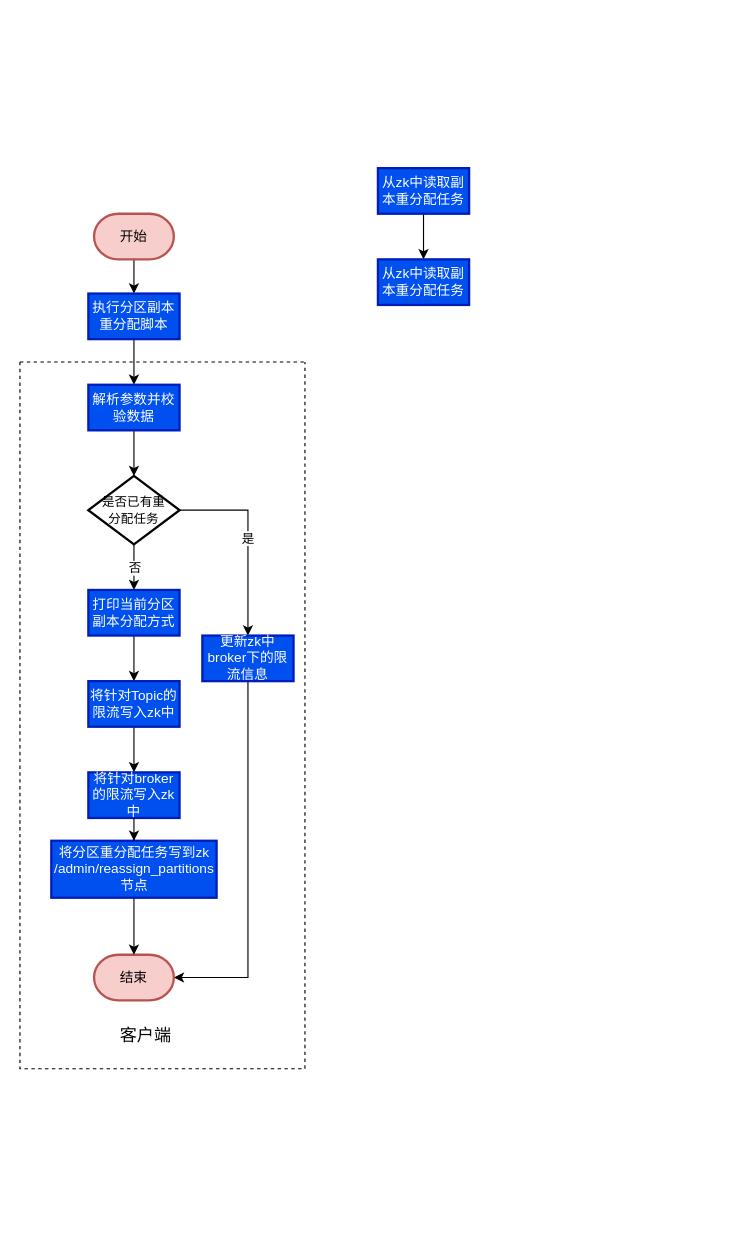
This is Kafka副本重分配流程图.drawio from kingdomrushing/hello-world, a draw.io file, before an edit. Source tidied: cells renumbered, new cells numbered last; positions are measured from the earlier drawing's top-left corner, leaving out a move shared by most shapes. Both pictures are drawn from the tidied source at 114%, with x=0, y=0 at pixel (19, 168).
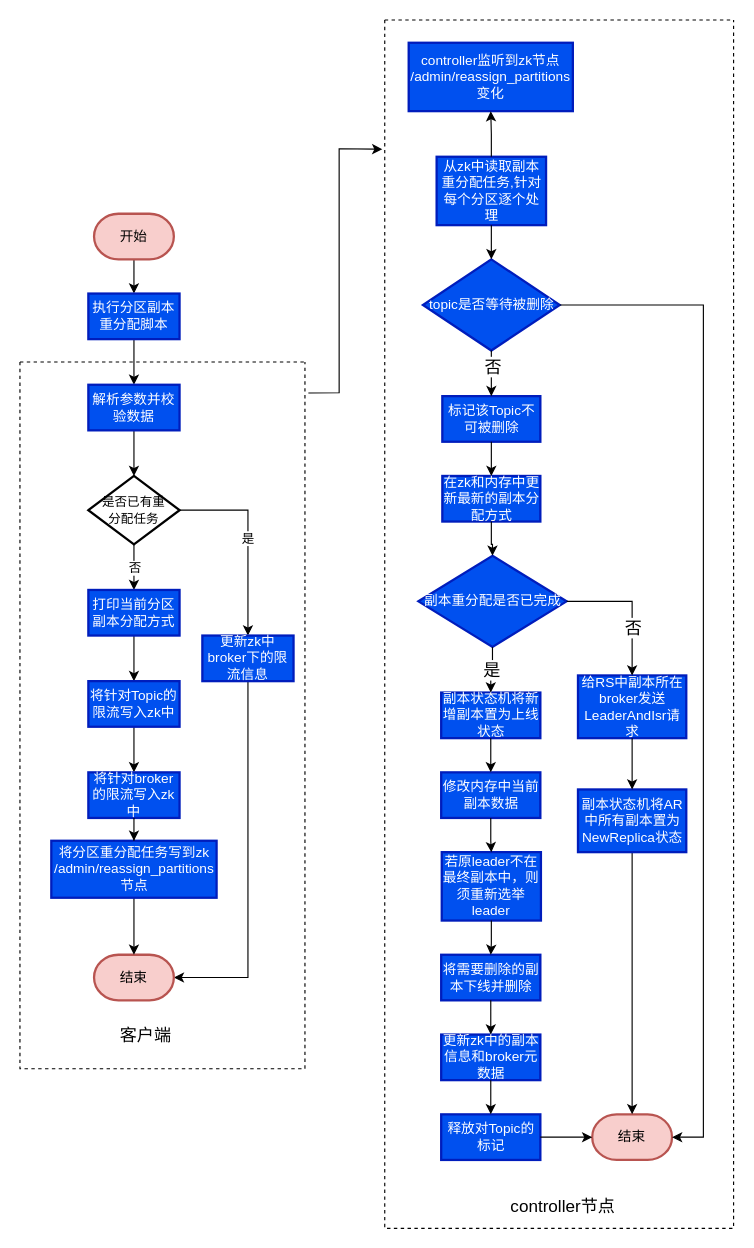
After the change.

Commit message:
更新Kafka副本重分配流程图.drawio

Unchanged cells that the change refers to:
```xml
<mxCell id="18" style="swimlane;startSize=0;fontSize=11;fillColor=#007FFF;dashed=1;" parent="1" vertex="1">
  <mxGeometry y="170" width="250" height="620" as="geometry" />
</mxCell>
```

Change to the diagram source:
```diff
@@
-    <mxCell id="26" style="edgeStyle=orthogonalEdgeStyle;rounded=0;jettySize=auto;html=1;fontSize=15;" parent="1" edge="1" source="27" target="28">
-      <mxGeometry relative="1" as="geometry" />
-    </mxCell>
+    <mxCell id="29" style="group;" parent="1" vertex="1">
+      <mxGeometry x="320" y="-130" width="306" height="1060" as="geometry" />
+    </mxCell>
+    <mxCell id="30" style="group;" parent="29" vertex="1">
+      <mxGeometry x="21" y="20" width="258.5" height="980" as="geometry" />
+    </mxCell>
-    <mxCell id="27" value="从zk中读取副本重分配任务" style="whiteSpace=wrap;html=1;fillColor=#0050ef;strokeColor=#001DBC;strokeWidth=2;fontColor=#ffffff;" parent="1" vertex="1">
-      <mxGeometry x="314" width="80" height="40" as="geometry" />
+    <mxCell id="27" value="从zk中读取副本重分配任务,针对每个分区逐个处理" style="whiteSpace=wrap;html=1;fillColor=#0050ef;strokeColor=#001DBC;strokeWidth=2;fontColor=#ffffff;" parent="30" vertex="1">
+      <mxGeometry x="24.5" y="100" width="96" height="60" as="geometry" />
     </mxCell>
-    <mxCell id="28" value="从zk中读取副本重分配任务" style="whiteSpace=wrap;html=1;fillColor=#0050ef;strokeColor=#001DBC;strokeWidth=2;fontColor=#ffffff;" parent="1" vertex="1">
-      <mxGeometry x="314" y="80" width="80" height="40" as="geometry" />
-    </mxCell>
+    <mxCell id="31" value="topic是否等待被删除" style="rhombus;whiteSpace=wrap;html=1;fillColor=#0050ef;strokeColor=#001DBC;fontColor=#ffffff;strokeWidth=2;" parent="30" vertex="1">
+      <mxGeometry x="12.5" y="190" width="120" height="80" as="geometry" />
+    </mxCell>
+    <mxCell id="32" style="edgeStyle=orthogonalEdgeStyle;rounded=0;jettySize=auto;html=1;fontSize=15;" parent="30" edge="1" source="27" target="31">
+      <mxGeometry relative="1" as="geometry" />
+    </mxCell>
+    <mxCell id="33" value="标记该Topic不可被删除" style="whiteSpace=wrap;html=1;fillColor=#0050ef;strokeColor=#001DBC;fontColor=#ffffff;strokeWidth=2;" parent="30" vertex="1">
+      <mxGeometry x="29.5" y="310" width="86" height="40" as="geometry" />
+    </mxCell>
+    <mxCell id="34" style="edgeStyle=orthogonalEdgeStyle;rounded=0;jettySize=auto;html=1;fontSize=15;" parent="30" edge="1" source="31" target="33">
+      <mxGeometry relative="1" as="geometry" />
+    </mxCell>
+    <mxCell id="35" value="否" style="edgeLabel;html=1;align=center;verticalAlign=middle;fontSize=15;" parent="34" vertex="1">
+      <mxGeometry x="-0.33" y="1" relative="1" as="geometry" />
+    </mxCell>
+    <mxCell id="36" value="在zk和内存中更新最新的副本分配方式" style="whiteSpace=wrap;html=1;fillColor=#0050ef;strokeColor=#001DBC;fontColor=#ffffff;strokeWidth=2;" parent="30" vertex="1">
+      <mxGeometry x="29.5" y="380" width="86" height="40" as="geometry" />
+    </mxCell>
+    <mxCell id="37" style="edgeStyle=orthogonalEdgeStyle;rounded=0;jettySize=auto;html=1;fontSize=15;" parent="30" edge="1" source="33" target="36">
+      <mxGeometry relative="1" as="geometry" />
+    </mxCell>
+    <mxCell id="38" value="副本重分配是否已完成" style="rhombus;whiteSpace=wrap;html=1;fillColor=#0050ef;strokeColor=#001DBC;fontColor=#ffffff;strokeWidth=2;" parent="30" vertex="1">
+      <mxGeometry x="8.5" y="450" width="130" height="80" as="geometry" />
+    </mxCell>
+    <mxCell id="39" style="edgeStyle=orthogonalEdgeStyle;rounded=0;jettySize=auto;html=1;fontSize=15;" parent="30" edge="1" source="36" target="38">
+      <mxGeometry relative="1" as="geometry" />
+    </mxCell>
+    <mxCell id="40" value="副本状态机将新增副本置为上线状态" style="whiteSpace=wrap;html=1;fillColor=#0050ef;strokeColor=#001DBC;fontColor=#ffffff;strokeWidth=2;" parent="30" vertex="1">
+      <mxGeometry x="28.5" y="570" width="87" height="40" as="geometry" />
+    </mxCell>
+    <mxCell id="41" value="是" style="edgeStyle=orthogonalEdgeStyle;rounded=0;jettySize=auto;html=1;fontSize=15;" parent="30" edge="1" source="38" target="40">
+      <mxGeometry relative="1" as="geometry" />
+    </mxCell>
+    <mxCell id="42" value="修改内存中当前副本数据" style="whiteSpace=wrap;html=1;fillColor=#0050ef;strokeColor=#001DBC;fontColor=#ffffff;strokeWidth=2;" parent="30" vertex="1">
+      <mxGeometry x="28.5" y="640" width="87" height="40" as="geometry" />
+    </mxCell>
+    <mxCell id="43" style="edgeStyle=orthogonalEdgeStyle;rounded=0;jettySize=auto;html=1;fontSize=15;" parent="30" edge="1" source="40" target="42">
+      <mxGeometry relative="1" as="geometry" />
+    </mxCell>
+    <mxCell id="44" value="若原leader不在最终副本中，则须重新选举leader" style="whiteSpace=wrap;html=1;fillColor=#0050ef;strokeColor=#001DBC;fontColor=#ffffff;strokeWidth=2;" parent="30" vertex="1">
+      <mxGeometry x="29" y="710" width="87" height="60" as="geometry" />
+    </mxCell>
+    <mxCell id="45" style="edgeStyle=orthogonalEdgeStyle;rounded=0;jettySize=auto;html=1;fontSize=15;" parent="30" edge="1" source="42" target="44">
+      <mxGeometry relative="1" as="geometry" />
+    </mxCell>
+    <mxCell id="46" value="将需要删除的副本下线并删除" style="whiteSpace=wrap;html=1;fillColor=#0050ef;strokeColor=#001DBC;fontColor=#ffffff;strokeWidth=2;" parent="30" vertex="1">
+      <mxGeometry x="28.5" y="800" width="87" height="40" as="geometry" />
+    </mxCell>
+    <mxCell id="47" style="edgeStyle=orthogonalEdgeStyle;rounded=0;jettySize=auto;html=1;fontSize=15;" parent="30" edge="1" source="44" target="46">
+      <mxGeometry relative="1" as="geometry" />
+    </mxCell>
+    <mxCell id="48" value="更新zk中的副本信息和broker元数据" style="whiteSpace=wrap;html=1;fillColor=#0050ef;strokeColor=#001DBC;fontColor=#ffffff;strokeWidth=2;" parent="30" vertex="1">
+      <mxGeometry x="28.5" y="870" width="87" height="40" as="geometry" />
+    </mxCell>
+    <mxCell id="49" style="edgeStyle=orthogonalEdgeStyle;rounded=0;jettySize=auto;html=1;fontSize=15;" parent="30" edge="1" source="46" target="48">
+      <mxGeometry relative="1" as="geometry" />
+    </mxCell>
+    <mxCell id="50" value="释放对Topic的标记" style="whiteSpace=wrap;html=1;fillColor=#0050ef;strokeColor=#001DBC;fontColor=#ffffff;strokeWidth=2;" parent="30" vertex="1">
+      <mxGeometry x="28.5" y="940" width="87" height="40" as="geometry" />
+    </mxCell>
+    <mxCell id="51" style="edgeStyle=orthogonalEdgeStyle;rounded=0;jettySize=auto;html=1;fontSize=15;" parent="30" edge="1" source="48" target="50">
+      <mxGeometry relative="1" as="geometry" />
+    </mxCell>
+    <mxCell id="52" value="结束" style="strokeWidth=2;html=1;shape=mxgraph.flowchart.terminator;whiteSpace=wrap;fillColor=#f8cecc;strokeColor=#b85450;" parent="30" vertex="1">
+      <mxGeometry x="161" y="940" width="70" height="40" as="geometry" />
+    </mxCell>
+    <mxCell id="53" style="edgeStyle=orthogonalEdgeStyle;rounded=0;jettySize=auto;html=1;fontSize=15;entryX=1;entryY=0.5;entryDx=0;entryDy=0;entryPerimeter=0;" parent="30" edge="1" source="31" target="52">
+      <mxGeometry relative="1" as="geometry">
+        <Array as="points">
+          <mxPoint x="258.5" y="230" />
+          <mxPoint x="258.5" y="960" />
+        </Array>
+      </mxGeometry>
+    </mxCell>
+    <mxCell id="54" style="edgeStyle=orthogonalEdgeStyle;rounded=0;jettySize=auto;html=1;fontSize=15;" parent="30" edge="1" source="50" target="52">
+      <mxGeometry relative="1" as="geometry" />
+    </mxCell>
+    <mxCell id="55" value="给RS中副本所在broker发送LeaderAndIsr请求" style="whiteSpace=wrap;html=1;fillColor=#0050ef;strokeColor=#001DBC;fontColor=#ffffff;strokeWidth=2;" parent="30" vertex="1">
+      <mxGeometry x="148.5" y="555" width="95" height="55" as="geometry" />
+    </mxCell>
+    <mxCell id="56" style="edgeStyle=orthogonalEdgeStyle;rounded=0;jettySize=auto;html=1;fontSize=15;" parent="30" edge="1" source="38" target="55">
+      <mxGeometry relative="1" as="geometry" />
+    </mxCell>
+    <mxCell id="57" value="否" style="edgeLabel;html=1;align=center;verticalAlign=middle;fontSize=15;" parent="56" vertex="1">
+      <mxGeometry x="0.3" y="3" relative="1" as="geometry">
+        <mxPoint x="-3" as="offset" />
+      </mxGeometry>
+    </mxCell>
+    <mxCell id="58" style="edgeStyle=orthogonalEdgeStyle;rounded=0;jettySize=auto;html=1;fontSize=15;entryX=0.5;entryY=0;entryDx=0;entryDy=0;entryPerimeter=0;" parent="30" edge="1" source="59" target="52">
+      <mxGeometry relative="1" as="geometry" />
+    </mxCell>
+    <mxCell id="59" value="副本状态机将AR中所有副本置为NewReplica状态" style="whiteSpace=wrap;html=1;fillColor=#0050ef;strokeColor=#001DBC;fontColor=#ffffff;strokeWidth=2;" parent="30" vertex="1">
+      <mxGeometry x="148.5" y="655" width="95" height="55" as="geometry" />
+    </mxCell>
+    <mxCell id="60" style="edgeStyle=orthogonalEdgeStyle;rounded=0;jettySize=auto;html=1;fontSize=15;" parent="30" edge="1" source="55" target="59">
+      <mxGeometry relative="1" as="geometry" />
+    </mxCell>
+    <mxCell id="61" value="controller监听到zk节点&lt;br&gt;/admin/reassign_partitions&lt;br&gt;变化" style="whiteSpace=wrap;html=1;fillColor=#0050ef;strokeColor=#001DBC;strokeWidth=2;fontColor=#ffffff;" parent="30" vertex="1">
+      <mxGeometry width="144" height="60" as="geometry" />
+    </mxCell>
+    <mxCell id="62" style="edgeStyle=orthogonalEdgeStyle;rounded=0;jettySize=auto;html=1;fontSize=15;" parent="30" edge="1" source="27" target="61">
+      <mxGeometry relative="1" as="geometry" />
+    </mxCell>
+    <mxCell id="63" style="swimlane;startSize=0;dashed=1;fontSize=15;fillColor=#007FFF;" parent="29" vertex="1">
+      <mxGeometry width="306" height="1060" as="geometry" />
+    </mxCell>
+    <mxCell id="64" value="controller节点" style="text;html=1;align=center;verticalAlign=middle;strokeColor=none;fillColor=none;fontSize=15;" parent="29" vertex="1">
+      <mxGeometry x="101" y="1030" width="110" height="20" as="geometry" />
+    </mxCell>
+    <mxCell id="65" style="endArrow=classic;html=1;rounded=0;fontSize=15;exitX=1.012;exitY=0.044;exitDx=0;exitDy=0;exitPerimeter=0;entryX=-0.007;entryY=0.107;entryDx=0;entryDy=0;entryPerimeter=0;" parent="1" edge="1" source="18" target="63">
+      <mxGeometry relative="1" as="geometry">
+        <Array as="points">
+          <mxPoint x="280" y="197" />
+          <mxPoint x="280" y="-17" />
+        </Array>
+      </mxGeometry>
+    </mxCell>
```
